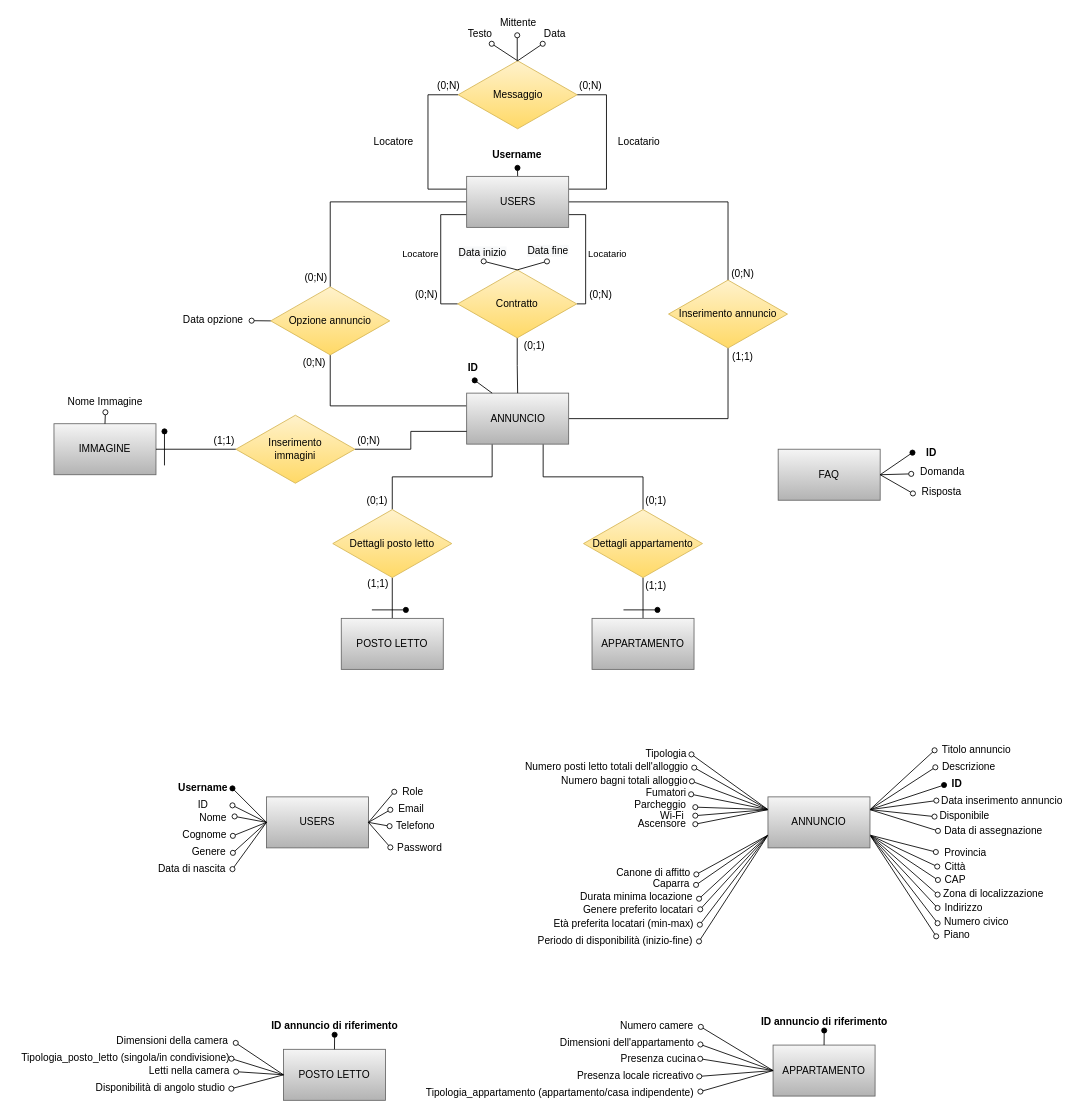
Above: Database/Schema_ER_database.drawio in fd-col/RentAdvisor (draw.io), before the change. Source tidied: cells renumbered, new cells numbered last; positions are measured from the earlier drawing's top-left corner, leaving out a move shared by most shapes. Both pictures are drawn from the tidied source at 85%, with x=0, y=0 at pixel (14, 14).
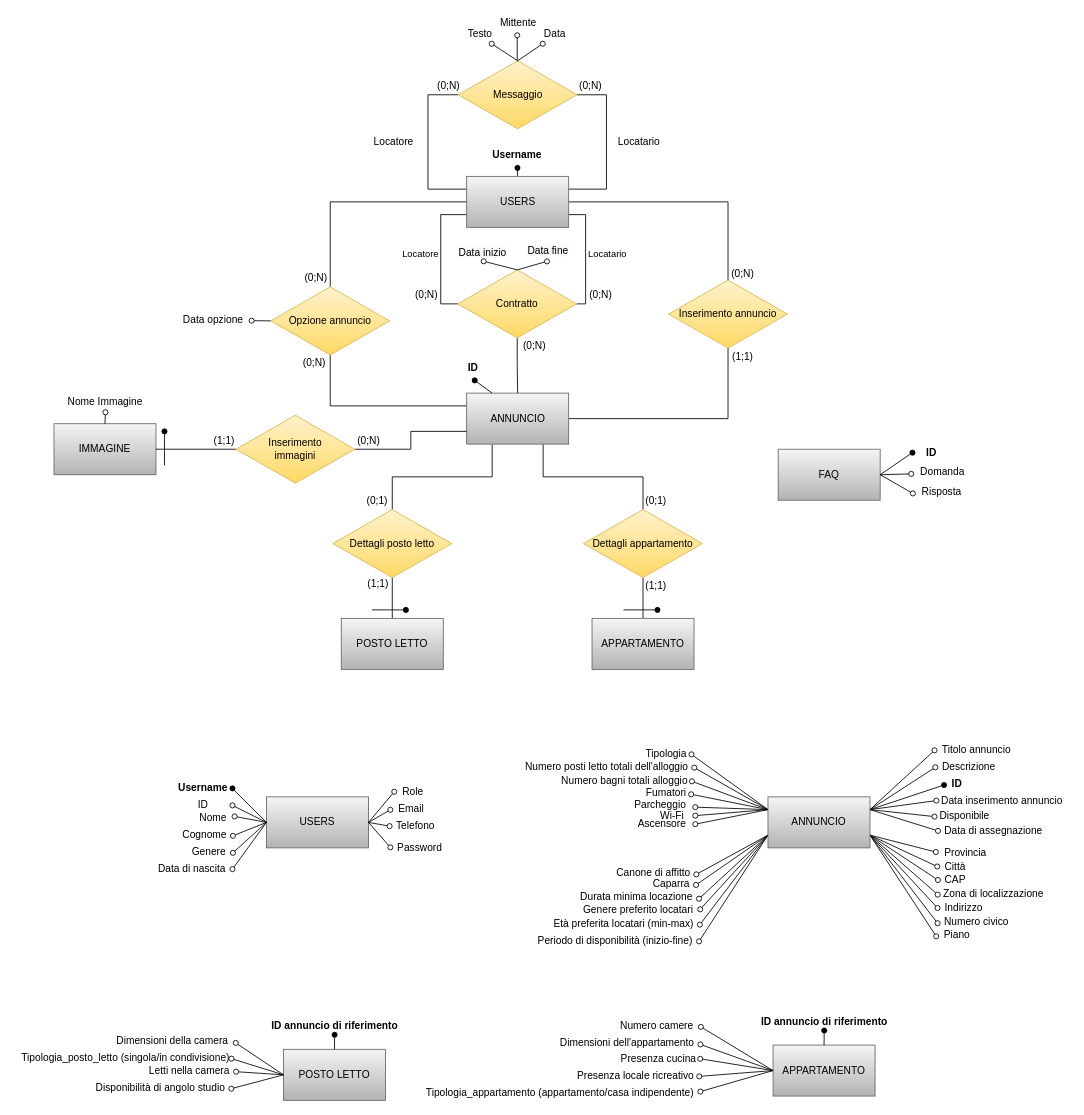
The same diagram, later.

Commit message (it also covers changes not shown here):
aggiornamento schemi DB

Diff of the diagram source:
```diff
@@
-    <mxCell id="169" value="(0;1)" style="text;html=1;align=center;verticalAlign=middle;strokeColor=none;fillColor=none;" parent="1" vertex="1">
+    <mxCell id="169" value="(0;N)" style="text;html=1;align=center;verticalAlign=middle;strokeColor=none;fillColor=none;" parent="1" vertex="1">
       <mxGeometry x="590.5" y="380" width="40" height="20" as="geometry" />
     </mxCell>
```
